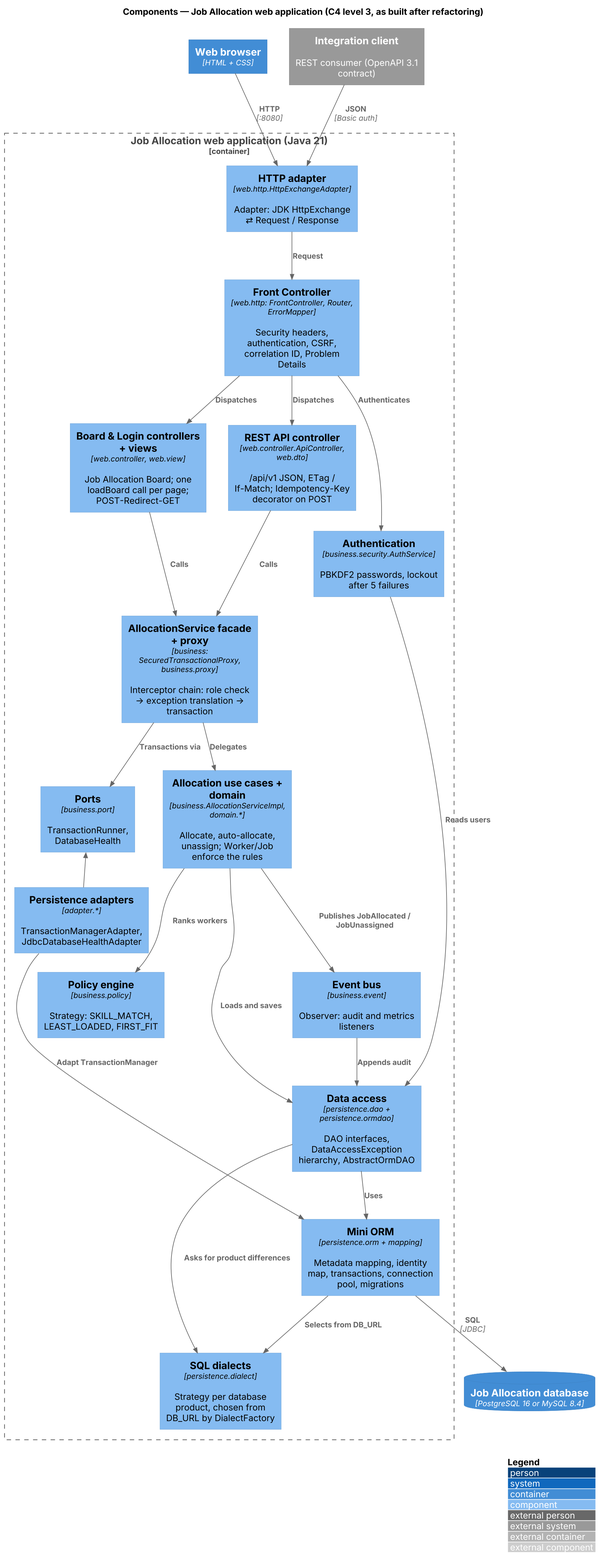
Above: diagrams/png/22-c4-component.png in jaricsng/ooad-3tier-job-allocation (PlantUML), before the change.
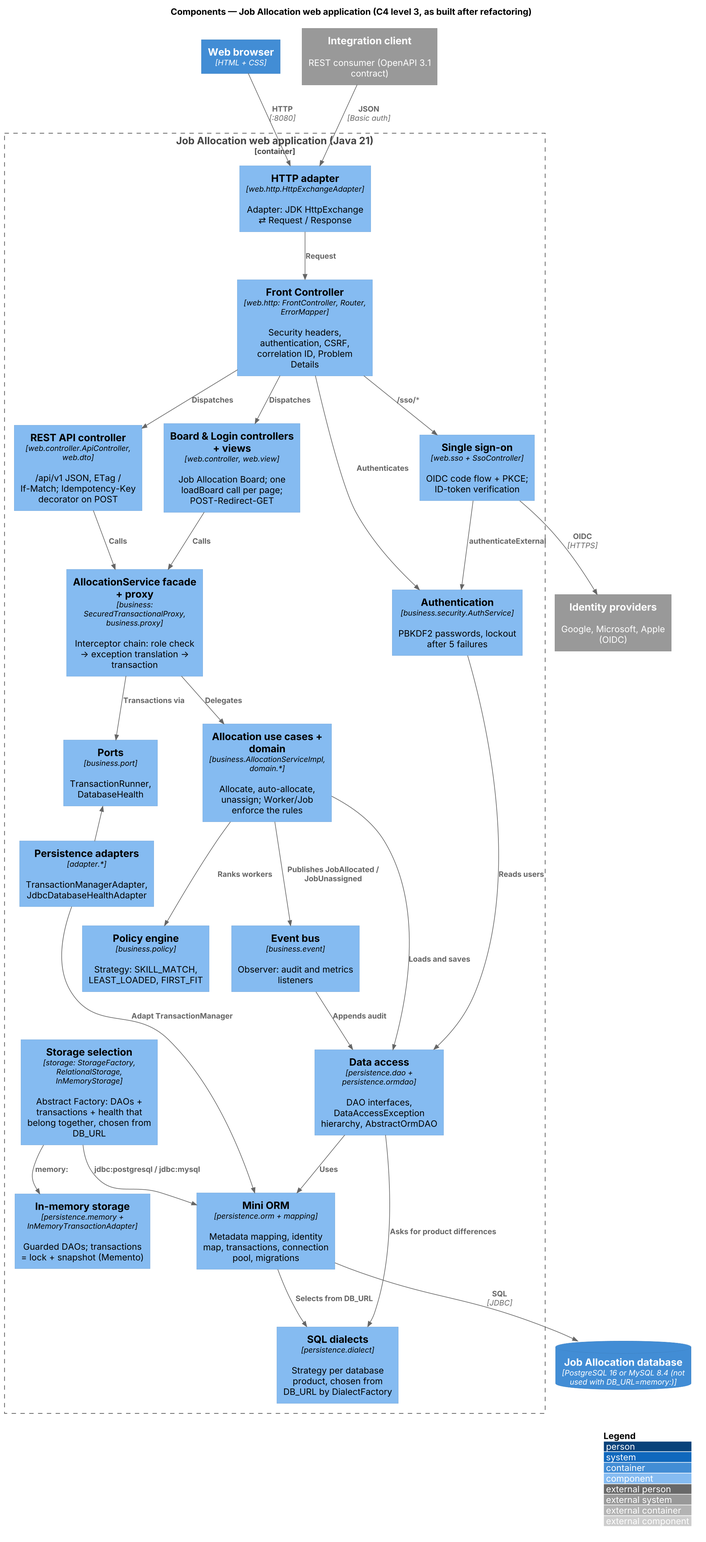
Above is the later version.

Diff of the diagram source:
```diff
@@ -7,7 +7,8 @@
 
 Container(browser, "Web browser", "HTML + CSS")
 System_Ext(client, "Integration client", "REST consumer (OpenAPI 3.1 contract)")
-ContainerDb(db, "Job Allocation database", "PostgreSQL 16 or MySQL 8.4")
+ContainerDb(db, "Job Allocation database", "PostgreSQL 16 or MySQL 8.4 (not used with DB_URL=memory:)")
+System_Ext(idp, "Identity providers", "Google, Microsoft, Apple (OIDC)")
 
 Container_Boundary(app, "Job Allocation web application (Java 21)") {
   Component(hx, "HTTP adapter", "web.http.HttpExchangeAdapter", "Adapter: JDK HttpExchange ⇄ Request / Response")
@@ -24,6 +25,9 @@
   Component(dao, "Data access", "persistence.dao + persistence.ormdao", "DAO interfaces, DataAccessException hierarchy, AbstractOrmDAO")
   Component(orm, "Mini ORM", "persistence.orm + mapping", "Metadata mapping, identity map, transactions, connection pool, migrations")
   Component(dialect, "SQL dialects", "persistence.dialect", "Strategy per database product, chosen from DB_URL by DialectFactory")
+  Component(storage, "Storage selection", "storage: StorageFactory, RelationalStorage, InMemoryStorage", "Abstract Factory: DAOs + transactions + health that belong together, chosen from DB_URL")
+  Component(mem, "In-memory storage", "persistence.memory + InMemoryTransactionAdapter", "Guarded DAOs; transactions = lock + snapshot (Memento)")
+  Component(sso, "Single sign-on", "web.sso + SsoController", "OIDC code flow + PKCE; ID-token verification")
 }
 
 Rel(browser, hx, "HTTP", ":8080")
@@ -47,4 +51,9 @@
 Rel(dao, dialect, "Asks for product differences")
 Rel(orm, dialect, "Selects from DB_URL")
 Rel(orm, db, "SQL", "JDBC")
+Rel(storage, orm, "jdbc:postgresql / jdbc:mysql")
+Rel(storage, mem, "memory:")
+Rel(fc, sso, "/sso/*")
+Rel(sso, auth, "authenticateExternal")
+Rel(sso, idp, "OIDC", "HTTPS")
 @enduml
```
